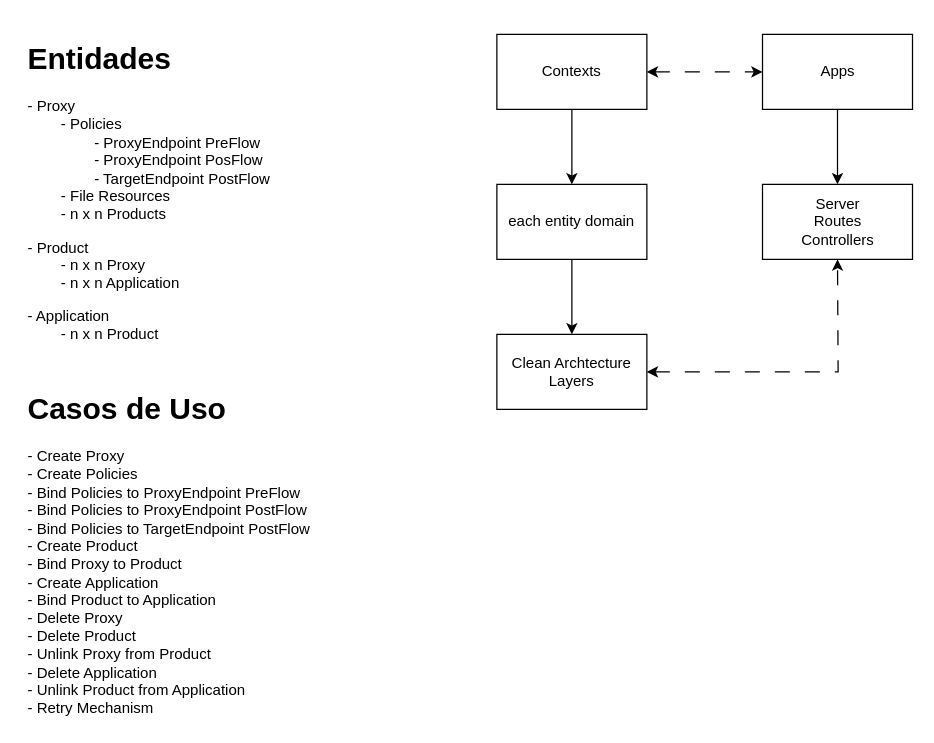
This is page "Backend" (1 of 6) of bunge.drawio from gabriel-rodrigues-f/sap-api-management-architectural-diagrams, a draw.io file, before an edit. Source tidied: cells renumbered, new cells numbered last; positions are measured from the earlier drawing's top-left corner, leaving out a move shared by most shapes. Both pictures are drawn from the tidied source at 125%, with x=0, y=0 at pixel (21, 34).
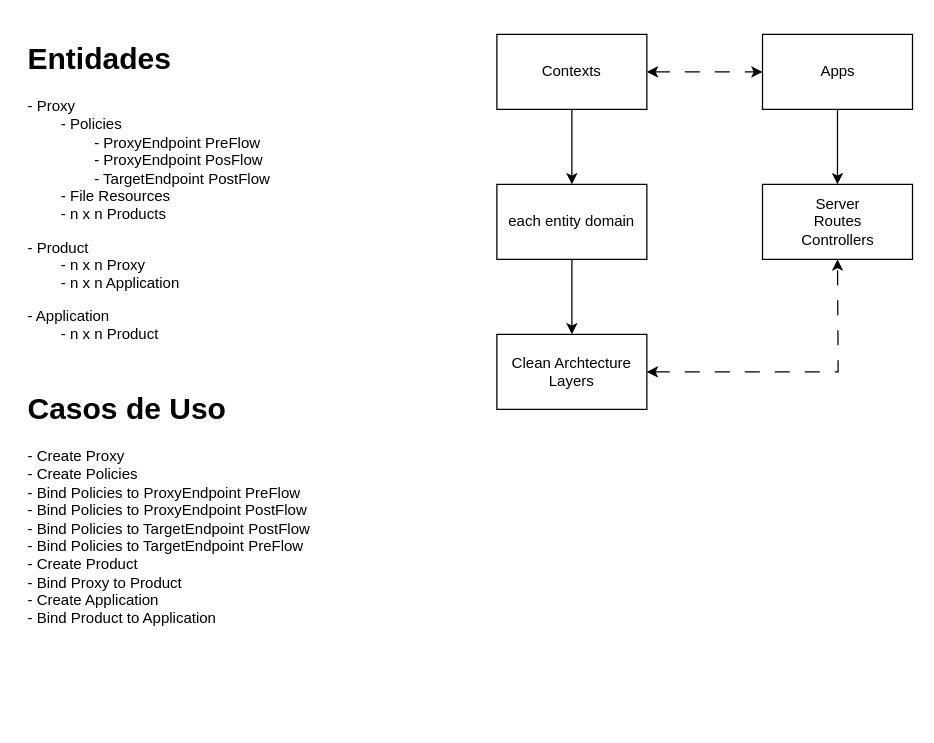
After the change.

The edit, as a diff of the source:
```diff
@@
 <mxGraphModel>
   <root>
     <mxCell id="0" />
     <mxCell id="1" parent="0" />
     <mxCell id="2" style="edgeStyle=orthogonalEdgeStyle;rounded=0;jettySize=auto;html=1;" parent="1" edge="1" source="3">
       <mxGeometry relative="1" as="geometry">
         <mxPoint x="440" y="120" as="targetPoint" />
       </mxGeometry>
     </mxCell>
     <mxCell id="3" value="Contexts" style="rounded=0;whiteSpace=wrap;html=1;" parent="1" vertex="1">
       <mxGeometry x="380" width="120" height="60" as="geometry" />
     </mxCell>
     <mxCell id="4" style="edgeStyle=orthogonalEdgeStyle;rounded=0;jettySize=auto;html=1;" parent="1" edge="1" source="5" target="9">
       <mxGeometry relative="1" as="geometry" />
     </mxCell>
     <mxCell id="5" value="Apps" style="rounded=0;whiteSpace=wrap;html=1;" parent="1" vertex="1">
       <mxGeometry x="592.5" width="120" height="60" as="geometry" />
     </mxCell>
     <mxCell id="6" style="edgeStyle=orthogonalEdgeStyle;rounded=0;jettySize=auto;html=1;" parent="1" edge="1" source="7" target="8">
       <mxGeometry relative="1" as="geometry" />
     </mxCell>
     <mxCell id="7" value="each entity domain" style="rounded=0;whiteSpace=wrap;html=1;" parent="1" vertex="1">
       <mxGeometry x="380" y="120" width="120" height="60" as="geometry" />
     </mxCell>
     <mxCell id="8" value="Clean Archtecture Layers" style="rounded=0;whiteSpace=wrap;html=1;" parent="1" vertex="1">
       <mxGeometry x="380" y="240" width="120" height="60" as="geometry" />
     </mxCell>
     <mxCell id="9" value="Server&lt;br&gt;Routes&lt;br&gt;Controllers" style="rounded=0;whiteSpace=wrap;html=1;" parent="1" vertex="1">
       <mxGeometry x="592.5" y="120" width="120" height="60" as="geometry" />
     </mxCell>
     <mxCell id="10" style="endArrow=classic;startArrow=classic;html=1;rounded=0;dashed=1;dashPattern=12 12;" parent="1" edge="1" source="3" target="5">
       <mxGeometry relative="1" as="geometry" />
     </mxCell>
     <mxCell id="11" style="endArrow=classic;startArrow=classic;html=1;rounded=0;entryX=0.5;entryY=1;entryDx=0;entryDy=0;dashed=1;dashPattern=12 12;" parent="1" edge="1" target="9">
       <mxGeometry relative="1" as="geometry">
         <mxPoint x="500" y="270" as="sourcePoint" />
         <Array as="points">
           <mxPoint x="653" y="270" />
         </Array>
       </mxGeometry>
     </mxCell>
     <mxCell id="12" value="&lt;h1&gt;Entidades&lt;/h1&gt;&lt;p&gt;- Proxy&lt;br&gt;&lt;span style=&quot;background-color: initial;&quot;&gt;&lt;span style=&quot;white-space: pre;&quot;&gt;&#9;&lt;/span&gt;- Policies&lt;br&gt;&lt;/span&gt;&lt;span style=&quot;background-color: initial;&quot;&gt;&lt;span style=&quot;white-space: pre;&quot;&gt;&#9;&lt;/span&gt;&lt;span style=&quot;white-space: pre;&quot;&gt;&#9;&lt;/span&gt;- ProxyEndpoint PreFlow&lt;br&gt;&lt;/span&gt;&lt;span style=&quot;background-color: initial;&quot;&gt;&lt;span style=&quot;white-space: pre;&quot;&gt;&#9;&lt;/span&gt;&lt;span style=&quot;white-space: pre;&quot;&gt;&#9;&lt;/span&gt;- ProxyEndpoint PosFlow&lt;br&gt;&lt;/span&gt;&lt;span style=&quot;background-color: initial;&quot;&gt;&lt;span style=&quot;white-space: pre;&quot;&gt;&#9;&lt;/span&gt;&lt;span style=&quot;white-space: pre;&quot;&gt;&#9;&lt;/span&gt;- TargetEndpoint PostFlow&lt;br&gt;&lt;/span&gt;&lt;span style=&quot;background-color: initial;&quot;&gt;&lt;span style=&quot;white-space: pre;&quot;&gt;&#9;&lt;/span&gt;- File Resources&lt;br&gt;&lt;span style=&quot;white-space: pre;&quot;&gt;&#9;&lt;/span&gt;- n x n Products&lt;br&gt;&lt;/span&gt;&lt;/p&gt;&lt;p&gt;&lt;/p&gt;&lt;p&gt;&lt;span style=&quot;background-color: initial;&quot;&gt;- Product&lt;br&gt;&lt;span style=&quot;white-space: pre;&quot;&gt;&#9;&lt;/span&gt;- n x n Proxy&lt;br&gt;&lt;span style=&quot;white-space: pre;&quot;&gt;&#9;&lt;/span&gt;- n x n Application&lt;br&gt;&lt;/span&gt;&lt;/p&gt;&lt;p&gt;&lt;span style=&quot;background-color: initial;&quot;&gt;- Application&lt;br&gt;&lt;span style=&quot;white-space: pre;&quot;&gt;&#9;&lt;/span&gt;- n x n Product&lt;br&gt;&lt;/span&gt;&lt;/p&gt;" style="text;html=1;strokeColor=none;fillColor=none;spacing=5;spacingTop=-20;whiteSpace=wrap;overflow=hidden;rounded=0;" parent="1" vertex="1">
       <mxGeometry width="320" height="250" as="geometry" />
     </mxCell>
-    <mxCell id="13" value="&lt;h1&gt;Casos de Uso&lt;/h1&gt;&lt;p&gt;- Create Proxy&lt;br&gt;- Create Policies&lt;br&gt;- Bind Policies to ProxyEndpoint PreFlow&lt;br&gt;- Bind Policies to ProxyEndpoint PostFlow&lt;br&gt;- Bind Policies to TargetEndpoint PostFlow&lt;br&gt;- Create Product&lt;br&gt;- Bind Proxy to Product&lt;br&gt;- Create Application&lt;br&gt;- Bind Product to Application&lt;br&gt;- Delete Proxy&lt;br&gt;- Delete Product&lt;br&gt;- Unlink Proxy from Product&lt;br&gt;- Delete Application&lt;br&gt;- Unlink Product from Application&lt;br&gt;- Retry Mechanism&lt;/p&gt;" style="text;html=1;strokeColor=none;fillColor=none;spacing=5;spacingTop=-20;whiteSpace=wrap;overflow=hidden;rounded=0;" parent="1" vertex="1">
-      <mxGeometry y="280" width="320" height="270" as="geometry" />
+    <mxCell id="13" value="&lt;h1&gt;Casos de Uso&lt;/h1&gt;&lt;p&gt;- Create Proxy&lt;br&gt;- Create Policies&lt;br&gt;- Bind Policies to ProxyEndpoint PreFlow&lt;br&gt;- Bind Policies to ProxyEndpoint PostFlow&lt;br&gt;- Bind Policies to TargetEndpoint PostFlow&lt;br&gt;- Bind Policies to TargetEndpoint PreFlow&lt;br&gt;- Create Product&lt;br&gt;- Bind Proxy to Product&lt;br&gt;- Create Application&lt;br&gt;- Bind Product to Application&lt;br&gt;&lt;/p&gt;" style="text;html=1;strokeColor=none;fillColor=none;spacing=5;spacingTop=-20;whiteSpace=wrap;overflow=hidden;rounded=0;" parent="1" vertex="1">
+      <mxGeometry y="280" width="320" height="210" as="geometry" />
     </mxCell>
   </root>
 </mxGraphModel>
```
